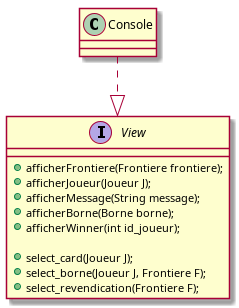
This is src/diagrams/view.png from Pagatok/pg220, a PlantUML export, as it was before one commit.
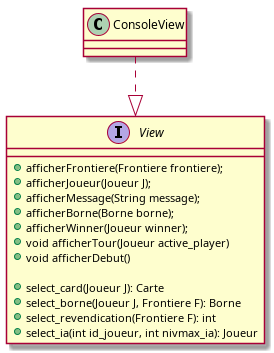
Later version of the same file.

What changed in the source:
```diff
@@ -5,17 +5,20 @@
     + afficherJoueur(Joueur J);
     + afficherMessage(String message);
     + afficherBorne(Borne borne);
-    + afficherWinner(int id_joueur);
+    + afficherWinner(Joueur winner);
+    + void afficherTour(Joueur active_player)
+    + void afficherDebut()
 
-    + select_card(Joueur J);
-    + select_borne(Joueur J, Frontiere F);
-    + select_revendication(Frontiere F);
+    + select_card(Joueur J): Carte
+    + select_borne(Joueur J, Frontiere F): Borne
+    + select_revendication(Frontiere F): int
+    + select_ia(int id_joueur, int nivmax_ia): Joueur
 }
 
-class Console{
+class ConsoleView{
 
 }
 
-Console ..|> View
+ConsoleView ..|> View
 
 @enduml
```
